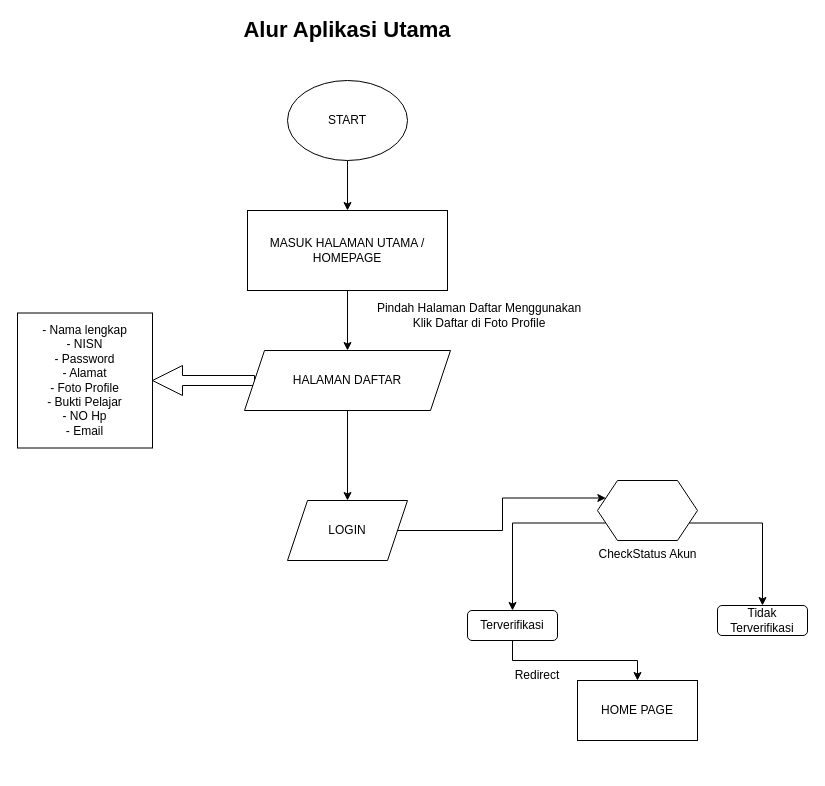
Above: FIKSI 2023 Juragan Muda.drawio in Tim-IT-Migas/ERD-List (draw.io), before the change. Source tidied: cells renumbered, new cells numbered last; positions are measured from the earlier drawing's top-left corner, leaving out a move shared by most shapes. Both pictures are drawn from the tidied source at 100%, with x=0, y=0 at pixel (17, 20).
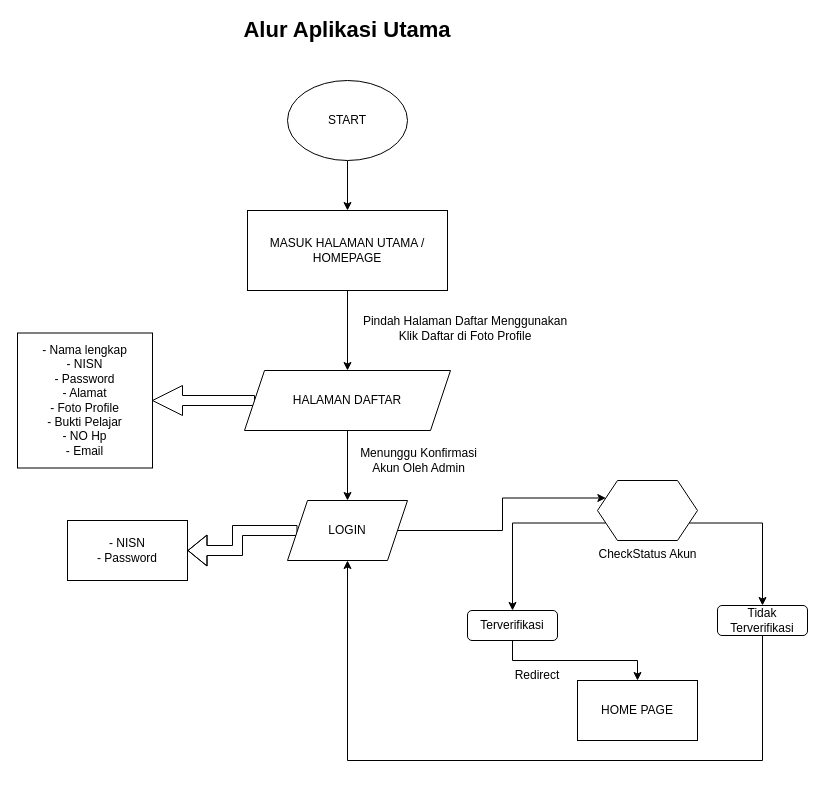
The same diagram, later.

Commit message:
AUTH Login

The change refers to these unchanged cells:
```xml
<mxCell id="15" value="Tidak Terverifikasi" style="rounded=1;whiteSpace=wrap;html=1;" parent="1" vertex="1">
  <mxGeometry x="700" y="585" width="90" height="30" as="geometry" />
</mxCell>
<mxCell id="21" value="LOGIN" style="shape=parallelogram;perimeter=parallelogramPerimeter;whiteSpace=wrap;html=1;fixedSize=1;" parent="1" vertex="1">
  <mxGeometry x="270" y="480" width="120" height="60" as="geometry" />
</mxCell>
```

What changed in the source:
```diff
@@
     <mxCell id="8" value="HALAMAN DAFTAR" style="shape=parallelogram;perimeter=parallelogramPerimeter;whiteSpace=wrap;html=1;fixedSize=1;" parent="1" vertex="1">
-      <mxGeometry x="227" y="330" width="206" height="60" as="geometry" />
+      <mxGeometry x="227" y="350" width="206" height="60" as="geometry" />
     </mxCell>
     <mxCell id="9" value="Pindah Halaman Daftar Menggunakan Klik Daftar di Foto Profile" style="text;html=1;strokeColor=none;fillColor=none;align=center;verticalAlign=middle;whiteSpace=wrap;rounded=0;" parent="1" vertex="1">
-      <mxGeometry x="354" y="280" width="216" height="30" as="geometry" />
+      <mxGeometry x="340" y="292.5" width="216" height="30" as="geometry" />
     </mxCell>
     <mxCell id="10" value="- Nama lengkap&lt;br&gt;- NISN&lt;br&gt;- Password&lt;br&gt;- Alamat&lt;br&gt;- Foto Profile&lt;br&gt;- Bukti Pelajar&lt;br&gt;- NO Hp&lt;br&gt;- Email" style="whiteSpace=wrap;html=1;" parent="1" vertex="1">
-      <mxGeometry y="292.5" width="135" height="135" as="geometry" />
+      <mxGeometry y="312.5" width="135" height="135" as="geometry" />
     </mxCell>
@@
+    <mxCell id="22" style="edgeStyle=orthogonalEdgeStyle;rounded=0;jettySize=auto;html=1;exitX=0.5;exitY=1;exitDx=0;exitDy=0;entryX=0.5;entryY=1;entryDx=0;entryDy=0;" parent="1" edge="1" source="15" target="21">
+      <mxGeometry relative="1" as="geometry">
+        <Array as="points">
+          <mxPoint x="745" y="740" />
+          <mxPoint x="330" y="740" />
+        </Array>
+      </mxGeometry>
+    </mxCell>
@@
+    <mxCell id="23" style="edgeStyle=orthogonalEdgeStyle;rounded=0;jettySize=auto;html=1;exitX=0;exitY=0.5;exitDx=0;exitDy=0;entryX=1;entryY=0.5;entryDx=0;entryDy=0;shape=flexArrow;" parent="1" edge="1" source="21" target="24">
+      <mxGeometry relative="1" as="geometry" />
+    </mxCell>
@@
+    <mxCell id="24" value="- NISN&lt;br&gt;- Password" style="rounded=0;whiteSpace=wrap;html=1;" parent="1" vertex="1">
+      <mxGeometry x="50" y="500" width="120" height="60" as="geometry" />
+    </mxCell>
+    <mxCell id="25" value="Menunggu Konfirmasi Akun Oleh Admin" style="text;html=1;strokeColor=none;fillColor=none;align=center;verticalAlign=middle;whiteSpace=wrap;rounded=0;" parent="1" vertex="1">
+      <mxGeometry x="333" y="424.5" width="137" height="30" as="geometry" />
+    </mxCell>
```
